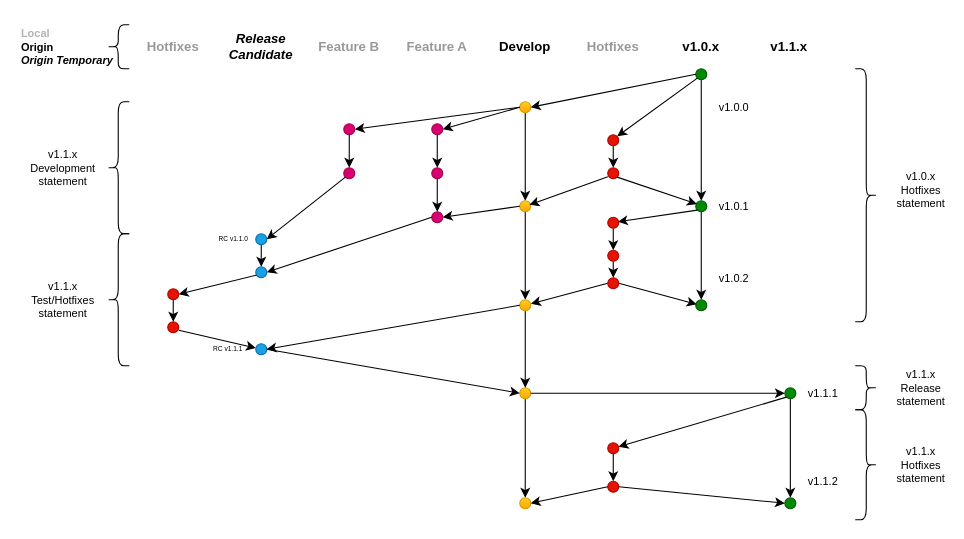
This is page "Page-2" (2 of 2) of gitflow1.drawio from bigkernel/docs, a draw.io file, before an edit. Source tidied: cells renumbered, new cells numbered last; positions are measured from the earlier drawing's top-left corner, leaving out a move shared by most shapes. Both pictures are drawn from the tidied source at 110%, with x=0, y=0 at pixel (19, 19).
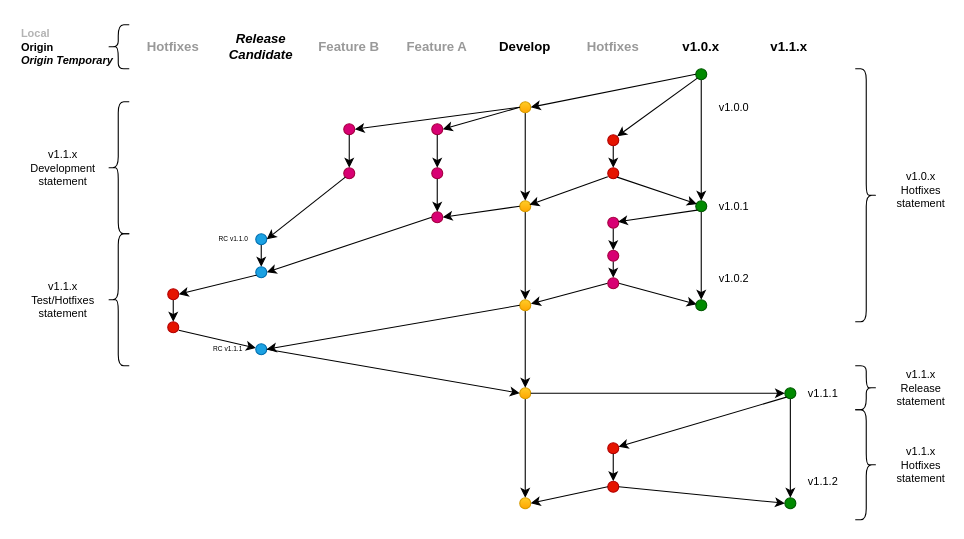
After the change.

What changed in the source:
```diff
@@
-    <mxCell id="55" style="ellipse;whiteSpace=wrap;html=1;fillColor=#e51400;strokeColor=#B20000;fontColor=#ffffff;" parent="1" vertex="1">
+    <mxCell id="55" style="ellipse;whiteSpace=wrap;html=1;fillColor=#d80073;strokeColor=#A50040;fontColor=#ffffff;" parent="1" vertex="1">
       <mxGeometry x="535" y="180" width="10" height="10" as="geometry" />
     </mxCell>
@@
-    <mxCell id="86" style="ellipse;whiteSpace=wrap;html=1;fillColor=#e51400;strokeColor=#B20000;fontColor=#ffffff;" parent="1" vertex="1">
+    <mxCell id="86" style="ellipse;whiteSpace=wrap;html=1;fillColor=#d80073;strokeColor=#A50040;fontColor=#ffffff;" parent="1" vertex="1">
       <mxGeometry x="535" y="210" width="10" height="10" as="geometry" />
     </mxCell>
-    <mxCell id="87" style="ellipse;whiteSpace=wrap;html=1;fillColor=#e51400;strokeColor=#B20000;fontColor=#ffffff;" parent="1" vertex="1">
+    <mxCell id="87" style="ellipse;whiteSpace=wrap;html=1;fillColor=#d80073;strokeColor=#A50040;fontColor=#ffffff;" parent="1" vertex="1">
       <mxGeometry x="535" y="235" width="10" height="10" as="geometry" />
     </mxCell>
```
